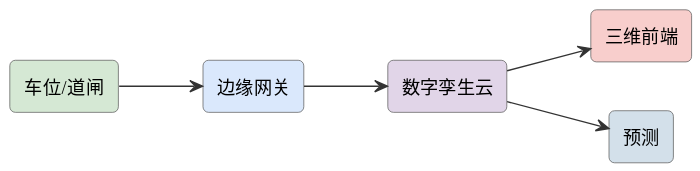
mingyi0818/IntelligentMcuCourse keeps this PlantUML diagram as assets/diagrams/ideas-fig61.svg. Above is the earlier version.
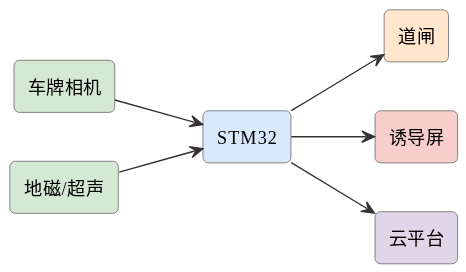
The same diagram one commit later.

Diff of the diagram source:
```diff
@@ -6,13 +6,15 @@
 skinparam arrowFontSize 11
 skinparam arrowColor #333
 left to right direction
-rectangle "车位/道闸" as s #d5e8d4
-rectangle "边缘网关" as edge #dae8fc
-rectangle "数字孪生云" as cloud #e1d5e8
-rectangle "三维前端" as tw #f8cecc
-rectangle "预测" as plan #d3e0ea
-s --> edge
-edge --> cloud
-cloud --> tw
-cloud --> plan
+rectangle "车牌相机" as cam #d5e8d4
+rectangle "STM32" as stm #dae8fc
+rectangle "地磁/超声" as mag #d5e8d4
+rectangle "道闸" as gate #ffe6cc
+rectangle "诱导屏" as scr #f8cecc
+rectangle "云平台" as cloud #e1d5e8
+cam --> stm
+mag --> stm
+stm --> gate
+stm --> scr
+stm --> cloud
 @enduml
```
